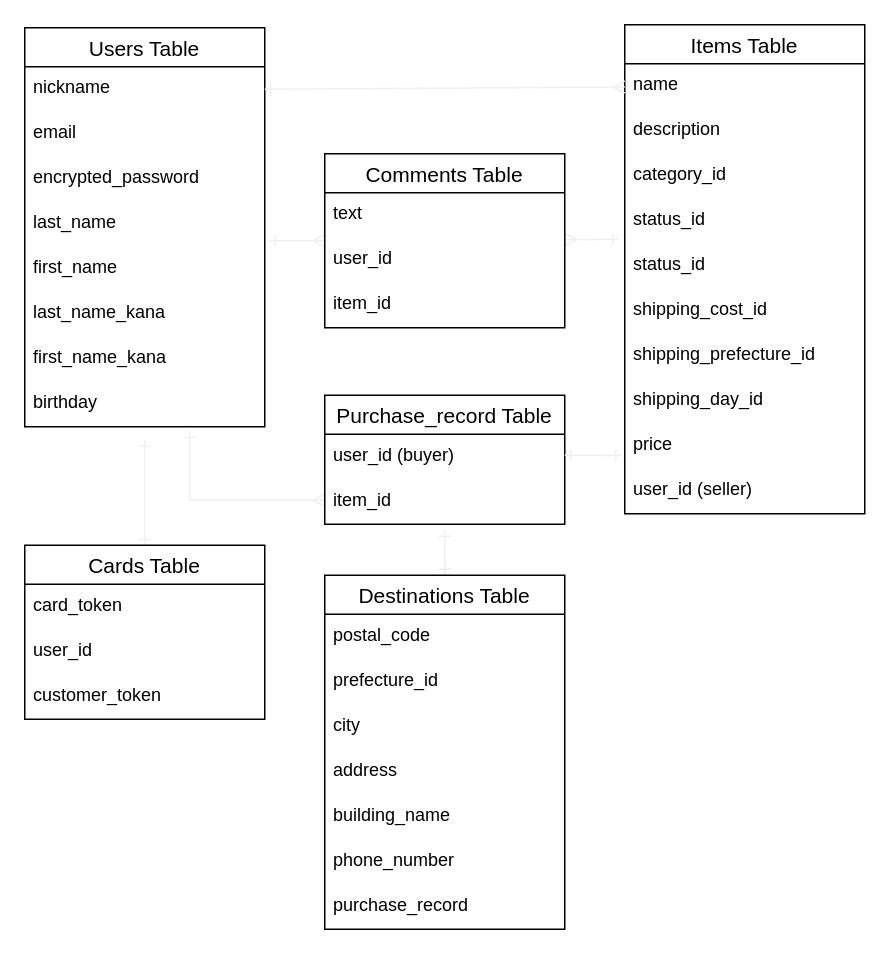
Before: ER.dio in mika21m/furima-37161, a draw.io diagram. Source tidied: cells renumbered, new cells numbered last; positions are measured from the earlier drawing's top-left corner, leaving out a move shared by most shapes. Both pictures are drawn from the tidied source at 150%, with x=0, y=0 at pixel (24, 24).
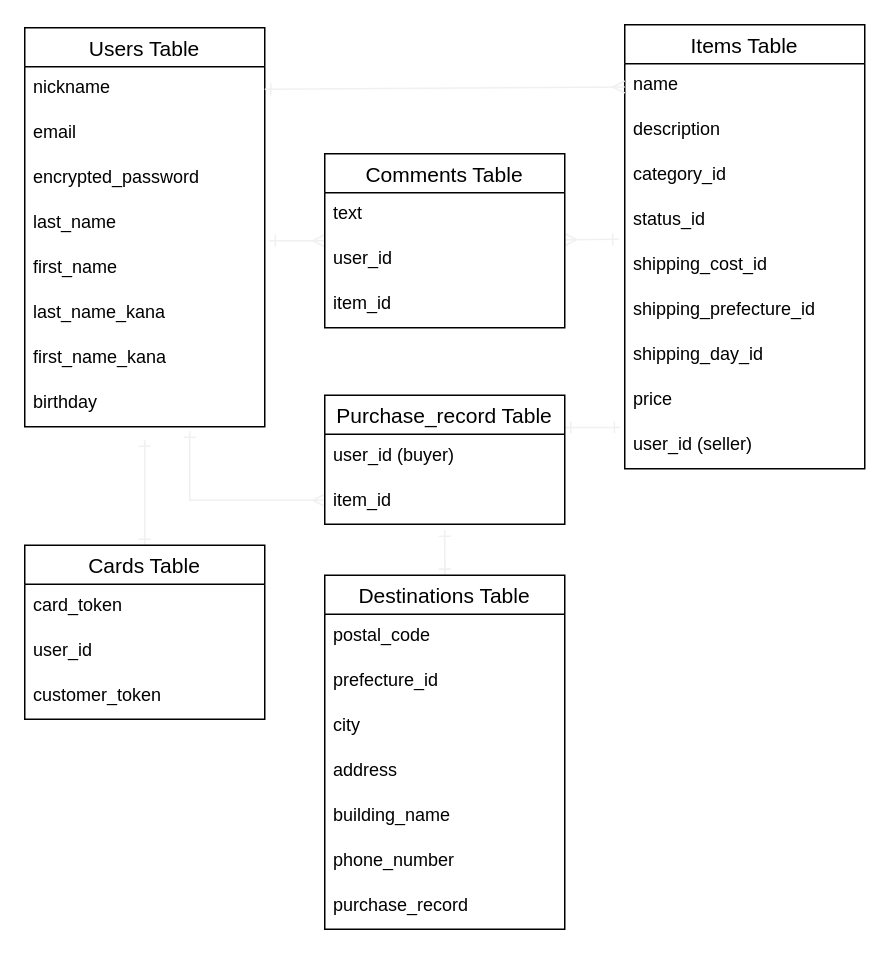
The same page after the edit.

Commit message:
データベース設計修正5

Unchanged cells that the change refers to:
```xml
<mxCell id="45" value="Purchase_record Table" style="swimlane;fontStyle=0;horizontal=1;startSize=26;align=center;fontSize=14;" parent="1" vertex="1">
  <mxGeometry x="200" y="247" width="160" height="86" as="geometry" />
</mxCell>
```

The edit, as a diff of the source:
```diff
@@
     <mxCell id="11" value="Items Table" style="swimlane;fontStyle=0;horizontal=1;startSize=26;align=center;fontSize=14;" parent="1" vertex="1">
-      <mxGeometry x="400" width="160" height="326" as="geometry" />
+      <mxGeometry x="400" width="160" height="296" as="geometry" />
     </mxCell>
@@
-    <mxCell id="16" value="status_id" style="text;strokeColor=none;fillColor=none;spacingLeft=4;spacingRight=4;overflow=hidden;fontSize=12;" parent="11" vertex="1">
-      <mxGeometry y="146" width="160" height="30" as="geometry" />
-    </mxCell>
     <mxCell id="17" value="shipping_cost_id" style="text;strokeColor=none;fillColor=none;spacingLeft=4;spacingRight=4;overflow=hidden;fontSize=12;" parent="11" vertex="1">
-      <mxGeometry y="176" width="160" height="30" as="geometry" />
+      <mxGeometry y="146" width="160" height="30" as="geometry" />
     </mxCell>
     <mxCell id="18" value="shipping_prefecture_id" style="text;strokeColor=none;fillColor=none;spacingLeft=4;spacingRight=4;overflow=hidden;fontSize=12;" parent="11" vertex="1">
-      <mxGeometry y="206" width="160" height="30" as="geometry" />
+      <mxGeometry y="176" width="160" height="30" as="geometry" />
     </mxCell>
     <mxCell id="19" value="shipping_day_id" style="text;strokeColor=none;fillColor=none;spacingLeft=4;spacingRight=4;overflow=hidden;fontSize=12;" parent="11" vertex="1">
-      <mxGeometry y="236" width="160" height="30" as="geometry" />
+      <mxGeometry y="206" width="160" height="30" as="geometry" />
     </mxCell>
     <mxCell id="20" value="price" style="text;strokeColor=none;fillColor=none;spacingLeft=4;spacingRight=4;overflow=hidden;points=[[0,0.5],[1,0.5]];portConstraint=eastwest;fontSize=12;" parent="11" vertex="1">
-      <mxGeometry y="266" width="160" height="30" as="geometry" />
+      <mxGeometry y="236" width="160" height="30" as="geometry" />
     </mxCell>
     <mxCell id="21" value="user_id (seller)" style="text;strokeColor=none;fillColor=none;spacingLeft=4;spacingRight=4;overflow=hidden;points=[[0,0.5],[1,0.5]];portConstraint=eastwest;fontSize=12;" parent="11" vertex="1">
-      <mxGeometry y="296" width="160" height="30" as="geometry" />
+      <mxGeometry y="266" width="160" height="30" as="geometry" />
     </mxCell>
@@
+    <mxCell id="49" style="edgeStyle=orthogonalEdgeStyle;rounded=0;jettySize=auto;html=1;exitX=1;exitY=0.25;exitDx=0;exitDy=0;entryX=-0.018;entryY=0.094;entryDx=0;entryDy=0;entryPerimeter=0;shadow=0;startArrow=ERone;startFill=0;endArrow=ERone;endFill=0;strokeColor=#f0f0f0;" parent="1" edge="1" source="45" target="21">
+      <mxGeometry relative="1" as="geometry" />
+    </mxCell>
@@
-    <mxCell id="48" style="edgeStyle=orthogonalEdgeStyle;rounded=0;jettySize=auto;html=1;entryX=-0.012;entryY=0.706;entryDx=0;entryDy=0;entryPerimeter=0;shadow=0;startArrow=ERone;startFill=0;endArrow=ERone;endFill=0;strokeColor=#f0f0f0;" parent="1" edge="1" target="20">
-      <mxGeometry relative="1" as="geometry">
-        <mxPoint x="360" y="287" as="sourcePoint" />
-        <Array as="points">
-          <mxPoint x="360" y="287" />
-        </Array>
-      </mxGeometry>
-    </mxCell>
```
